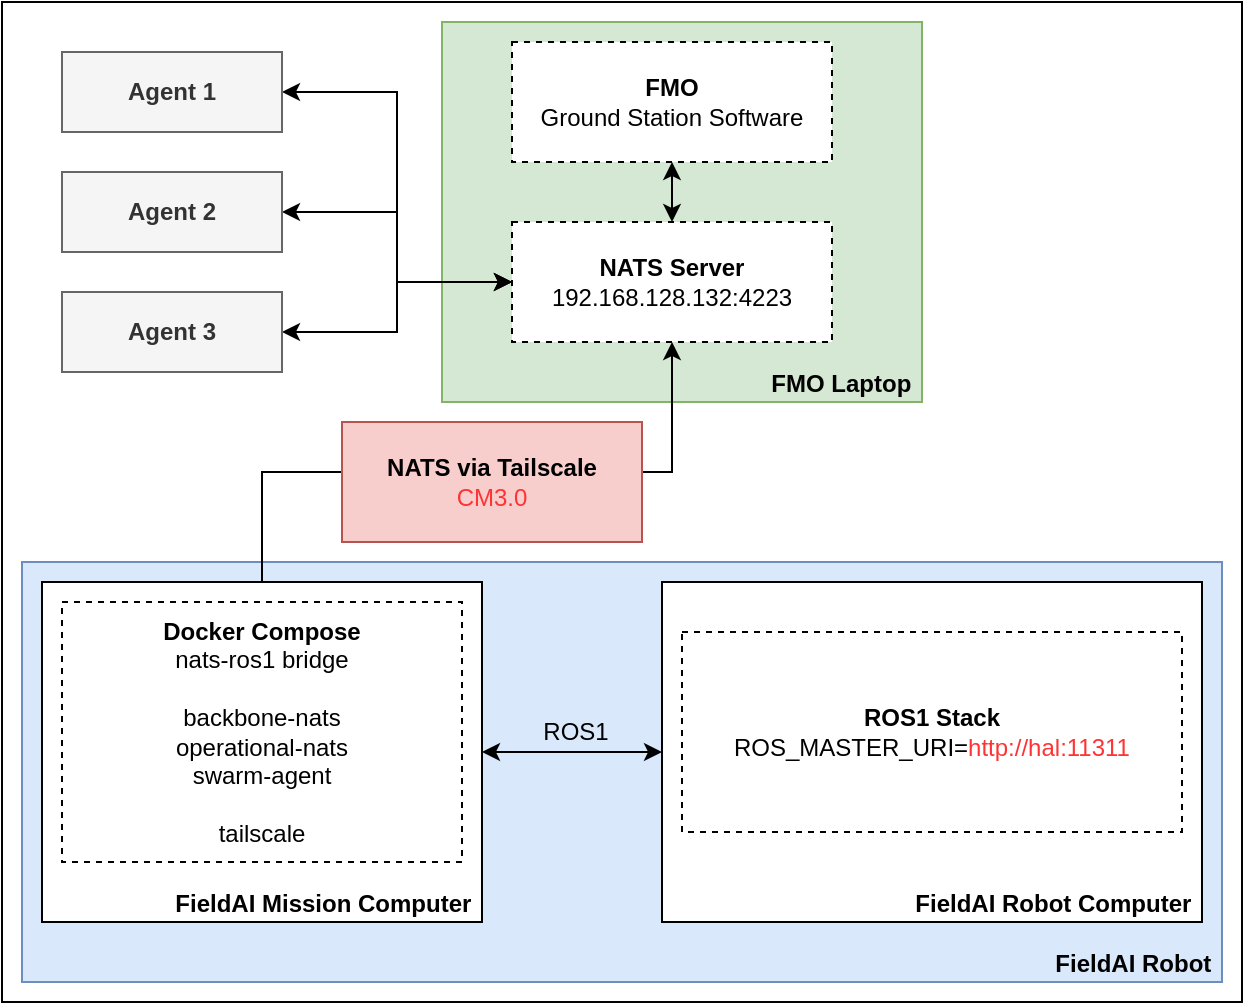
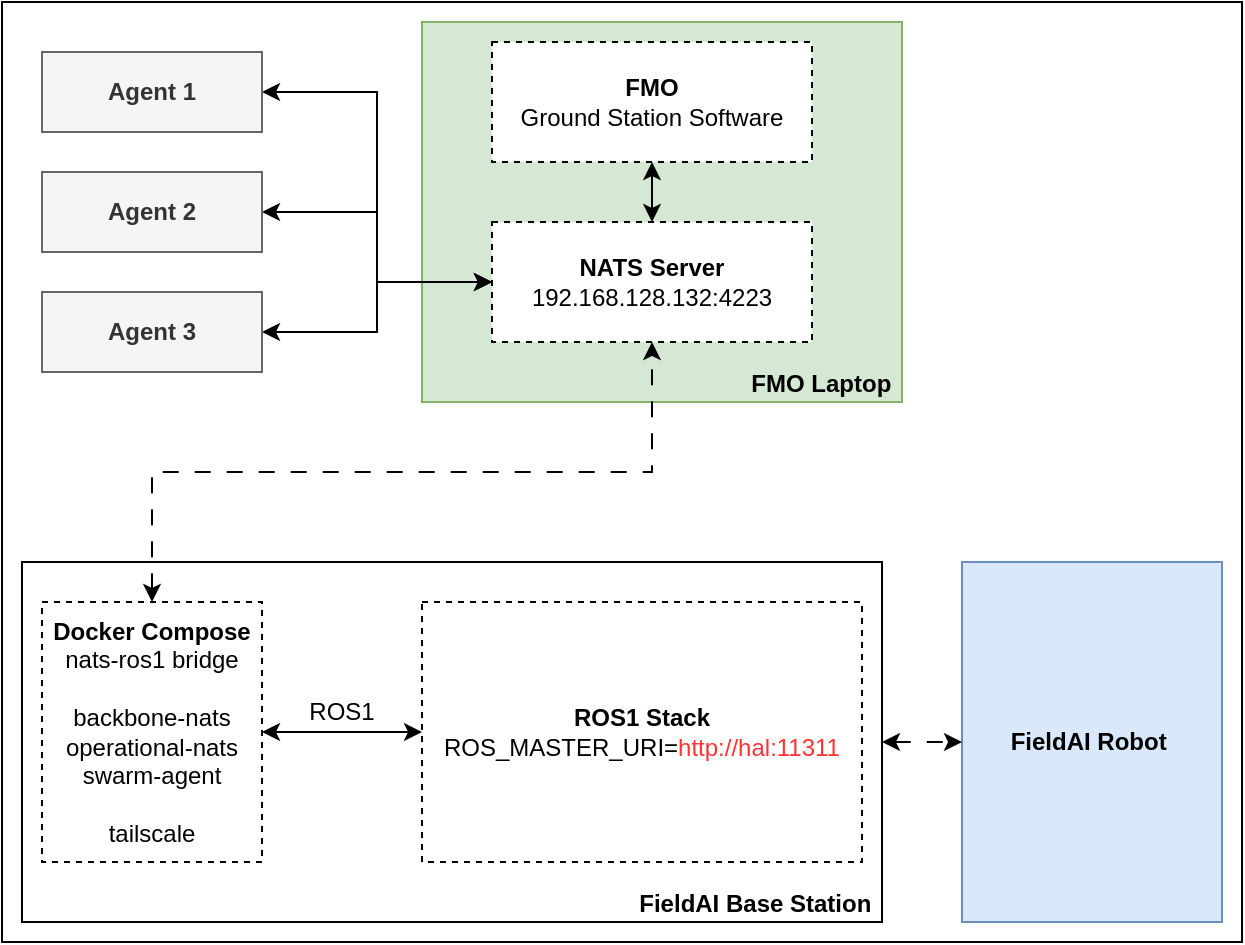
<mxfile host="Electron" agent="Mozilla/5.0 (X11; Linux x86_64) AppleWebKit/537.36 (KHTML, like Gecko) draw.io/28.2.5 Chrome/138.0.7204.251 Electron/37.6.1 Safari/537.36" version="28.2.5">
  <diagram name="Page-1" id="4LKxJmiHCzAgHi-25CAg">
-     <mxGraphModel dx="983" dy="596" grid="1" gridSize="10" guides="1" tooltips="1" connect="1" arrows="1" fold="1" page="1" pageScale="1" pageWidth="850" pageHeight="1100" math="0" shadow="0">
+     <mxGraphModel dx="1188" dy="720" grid="1" gridSize="10" guides="1" tooltips="1" connect="1" arrows="1" fold="1" page="1" pageScale="1" pageWidth="850" pageHeight="1100" math="0" shadow="0">
      <root>
        <mxCell id="0" />
        <mxCell id="1" parent="0" />
        <mxCell id="ao4_OA2Sh6UKhkAWIHi6-6" value="" style="rounded=0;whiteSpace=wrap;html=1;" parent="1" vertex="1">
-           <mxGeometry x="140" y="260" width="620" height="500" as="geometry" />
+           <mxGeometry x="150" y="260" width="620" height="470" as="geometry" />
        </mxCell>
        <mxCell id="NqXXLPDWZZw7BoWwIbQB-7" value="&lt;b&gt;FMO Laptop&amp;nbsp;&lt;/b&gt;" style="rounded=0;whiteSpace=wrap;html=1;align=right;verticalAlign=bottom;fillColor=#d5e8d4;strokeColor=#82b366;" parent="1" vertex="1">
          <mxGeometry x="360" y="270" width="240" height="190" as="geometry" />
        </mxCell>
-         <mxCell id="NqXXLPDWZZw7BoWwIbQB-6" value="&lt;b&gt;FieldAI Robot&amp;nbsp;&lt;/b&gt;" style="rounded=0;whiteSpace=wrap;html=1;align=right;verticalAlign=bottom;fillColor=#dae8fc;strokeColor=#6c8ebf;" parent="1" vertex="1">
-           <mxGeometry x="150" y="540" width="600" height="210" as="geometry" />
+         <mxCell id="NqXXLPDWZZw7BoWwIbQB-6" value="&lt;b&gt;FieldAI Robot&amp;nbsp;&lt;/b&gt;" style="rounded=0;whiteSpace=wrap;html=1;align=center;verticalAlign=middle;fillColor=#dae8fc;strokeColor=#6c8ebf;" parent="1" vertex="1">
+           <mxGeometry x="630" y="540" width="130" height="180" as="geometry" />
        </mxCell>
        <mxCell id="NqXXLPDWZZw7BoWwIbQB-2" value="&lt;b&gt;NATS Server&lt;/b&gt;&lt;div&gt;192.168.128.132:4223&lt;/div&gt;" style="rounded=0;whiteSpace=wrap;html=1;dashed=1;" parent="1" vertex="1">
          <mxGeometry x="395" y="370" width="160" height="60" as="geometry" />
-         </mxCell>
-         <mxCell id="NqXXLPDWZZw7BoWwIbQB-9" style="edgeStyle=orthogonalEdgeStyle;rounded=0;orthogonalLoop=1;jettySize=auto;html=1;exitX=1;exitY=0.5;exitDx=0;exitDy=0;startArrow=classic;startFill=1;entryX=0;entryY=0.5;entryDx=0;entryDy=0;" parent="1" source="Mt-QOnj-M8pVkXTkuhvp-1" target="Mt-QOnj-M8pVkXTkuhvp-2" edge="1">
-           <mxGeometry relative="1" as="geometry" />
-         </mxCell>
-         <mxCell id="NqXXLPDWZZw7BoWwIbQB-10" style="edgeStyle=orthogonalEdgeStyle;rounded=0;orthogonalLoop=1;jettySize=auto;html=1;exitX=0.5;exitY=0;exitDx=0;exitDy=0;startArrow=classic;startFill=1;" parent="1" source="NqXXLPDWZZw7BoWwIbQB-3" target="NqXXLPDWZZw7BoWwIbQB-2" edge="1">
-           <mxGeometry relative="1" as="geometry" />
        </mxCell>
        <mxCell id="33FqFWJDVf2yEUuYl60e-10" style="edgeStyle=orthogonalEdgeStyle;rounded=0;orthogonalLoop=1;jettySize=auto;html=1;exitX=0.5;exitY=1;exitDx=0;exitDy=0;entryX=0.5;entryY=0;entryDx=0;entryDy=0;startArrow=classic;startFill=1;" parent="1" source="NqXXLPDWZZw7BoWwIbQB-8" target="NqXXLPDWZZw7BoWwIbQB-2" edge="1">
          <mxGeometry relative="1" as="geometry" />
        </mxCell>
        <mxCell id="NqXXLPDWZZw7BoWwIbQB-8" value="&lt;b&gt;FMO&lt;/b&gt;&lt;div&gt;Ground Station Software&lt;/div&gt;" style="rounded=0;whiteSpace=wrap;html=1;dashed=1;" parent="1" vertex="1">
          <mxGeometry x="395" y="280" width="160" height="60" as="geometry" />
-         </mxCell>
-         <mxCell id="33FqFWJDVf2yEUuYl60e-1" value="&lt;div&gt;&lt;b&gt;NATS via Tailscale&lt;/b&gt;&lt;/div&gt;&lt;div&gt;&lt;font style=&quot;color: rgb(255, 51, 51);&quot;&gt;CM3.0&lt;/font&gt;&lt;/div&gt;" style="rounded=0;whiteSpace=wrap;html=1;fillColor=#f8cecc;strokeColor=#b85450;" parent="1" vertex="1">
-           <mxGeometry x="310" y="470" width="150" height="60" as="geometry" />
        </mxCell>
        <mxCell id="33FqFWJDVf2yEUuYl60e-5" style="edgeStyle=orthogonalEdgeStyle;rounded=0;orthogonalLoop=1;jettySize=auto;html=1;exitX=1;exitY=0.5;exitDx=0;exitDy=0;entryX=0;entryY=0.5;entryDx=0;entryDy=0;startArrow=classic;startFill=1;" parent="1" source="33FqFWJDVf2yEUuYl60e-2" target="NqXXLPDWZZw7BoWwIbQB-2" edge="1">
          <mxGeometry relative="1" as="geometry" />
        </mxCell>
        <mxCell id="33FqFWJDVf2yEUuYl60e-2" value="&lt;b&gt;Agent 1&lt;/b&gt;" style="rounded=0;whiteSpace=wrap;html=1;align=center;verticalAlign=middle;fillColor=#f5f5f5;fontColor=#333333;strokeColor=#666666;" parent="1" vertex="1">
          <mxGeometry x="170" y="285" width="110" height="40" as="geometry" />
        </mxCell>
        <mxCell id="33FqFWJDVf2yEUuYl60e-6" style="edgeStyle=orthogonalEdgeStyle;rounded=0;orthogonalLoop=1;jettySize=auto;html=1;exitX=1;exitY=0.5;exitDx=0;exitDy=0;entryX=0;entryY=0.5;entryDx=0;entryDy=0;startArrow=classic;startFill=1;" parent="1" source="33FqFWJDVf2yEUuYl60e-3" target="NqXXLPDWZZw7BoWwIbQB-2" edge="1">
          <mxGeometry relative="1" as="geometry" />
        </mxCell>
        <mxCell id="33FqFWJDVf2yEUuYl60e-3" value="&lt;b&gt;Agent 2&lt;/b&gt;" style="rounded=0;whiteSpace=wrap;html=1;align=center;verticalAlign=middle;fillColor=#f5f5f5;fontColor=#333333;strokeColor=#666666;" parent="1" vertex="1">
          <mxGeometry x="170" y="345" width="110" height="40" as="geometry" />
        </mxCell>
        <mxCell id="33FqFWJDVf2yEUuYl60e-7" style="edgeStyle=orthogonalEdgeStyle;rounded=0;orthogonalLoop=1;jettySize=auto;html=1;exitX=1;exitY=0.5;exitDx=0;exitDy=0;entryX=0;entryY=0.5;entryDx=0;entryDy=0;startArrow=classic;startFill=1;" parent="1" source="33FqFWJDVf2yEUuYl60e-4" target="NqXXLPDWZZw7BoWwIbQB-2" edge="1">
          <mxGeometry relative="1" as="geometry" />
        </mxCell>
        <mxCell id="33FqFWJDVf2yEUuYl60e-4" value="&lt;b&gt;Agent 3&lt;/b&gt;" style="rounded=0;whiteSpace=wrap;html=1;align=center;verticalAlign=middle;fillColor=#f5f5f5;fontColor=#333333;strokeColor=#666666;" parent="1" vertex="1">
          <mxGeometry x="170" y="405" width="110" height="40" as="geometry" />
        </mxCell>
-         <mxCell id="33FqFWJDVf2yEUuYl60e-9" value="ROS1" style="text;html=1;align=center;verticalAlign=middle;whiteSpace=wrap;rounded=0;" parent="1" vertex="1">
-           <mxGeometry x="397" y="610" width="60" height="30" as="geometry" />
-         </mxCell>
-         <mxCell id="Mt-QOnj-M8pVkXTkuhvp-1" value="&lt;div&gt;&lt;b&gt;FieldAI Mission Computer&amp;nbsp;&lt;/b&gt;&lt;/div&gt;" style="rounded=0;whiteSpace=wrap;html=1;verticalAlign=bottom;align=right;" vertex="1" parent="1">
-           <mxGeometry x="160" y="550" width="220" height="170" as="geometry" />
+         <mxCell id="Mt-QOnj-M8pVkXTkuhvp-1" value="&lt;div&gt;&lt;b&gt;FieldAI Base Station&amp;nbsp;&lt;/b&gt;&lt;/div&gt;" style="rounded=0;whiteSpace=wrap;html=1;verticalAlign=bottom;align=right;" parent="1" vertex="1">
+           <mxGeometry x="160" y="540" width="430" height="180" as="geometry" />
        </mxCell>
        <mxCell id="NqXXLPDWZZw7BoWwIbQB-3" value="&lt;div&gt;&lt;b&gt;Docker Compose&lt;/b&gt;&lt;/div&gt;&lt;div&gt;nats-ros1 bridge&lt;/div&gt;&lt;div&gt;&lt;br&gt;&lt;/div&gt;&lt;div&gt;backbone-nats&lt;/div&gt;&lt;div&gt;operational-nats&lt;/div&gt;&lt;div&gt;swarm-agent&lt;/div&gt;&lt;div&gt;&lt;br&gt;&lt;/div&gt;&lt;div&gt;tailscale&lt;/div&gt;" style="rounded=0;whiteSpace=wrap;html=1;verticalAlign=middle;dashed=1;" parent="1" vertex="1">
-           <mxGeometry x="170" y="560" width="200" height="130" as="geometry" />
+           <mxGeometry x="170" y="560" width="110" height="130" as="geometry" />
        </mxCell>
-         <mxCell id="Mt-QOnj-M8pVkXTkuhvp-2" value="&lt;div&gt;&lt;b&gt;FieldAI Robot Computer&amp;nbsp;&lt;/b&gt;&lt;/div&gt;" style="rounded=0;whiteSpace=wrap;html=1;verticalAlign=bottom;align=right;" vertex="1" parent="1">
-           <mxGeometry x="470" y="550" width="270" height="170" as="geometry" />
+         <mxCell id="1vgdmPXWtOp6ZMq3ka-s-1" value="&lt;b&gt;ROS1 Stack&lt;/b&gt;&lt;br&gt;ROS_MASTER_URI=&lt;font style=&quot;color: rgb(255, 51, 51);&quot;&gt;http://hal:11311&lt;/font&gt;" style="rounded=0;whiteSpace=wrap;html=1;dashed=1;" vertex="1" parent="1">
+           <mxGeometry x="360" y="560" width="220" height="130" as="geometry" />
        </mxCell>
-         <mxCell id="NqXXLPDWZZw7BoWwIbQB-5" value="&lt;b&gt;ROS1 Stack&lt;/b&gt;&lt;br&gt;ROS_MASTER_URI=&lt;font style=&quot;color: rgb(255, 51, 51);&quot;&gt;http://hal:11311&lt;/font&gt;" style="rounded=0;whiteSpace=wrap;html=1;dashed=1;" parent="1" vertex="1">
-           <mxGeometry x="480" y="575" width="250" height="100" as="geometry" />
+         <mxCell id="33FqFWJDVf2yEUuYl60e-9" value="ROS1" style="text;html=1;align=center;verticalAlign=middle;whiteSpace=wrap;rounded=0;rotation=0;" parent="1" vertex="1">
+           <mxGeometry x="290" y="600" width="60" height="30" as="geometry" />
+         </mxCell>
+         <mxCell id="NqXXLPDWZZw7BoWwIbQB-9" style="edgeStyle=orthogonalEdgeStyle;rounded=0;orthogonalLoop=1;jettySize=auto;html=1;startArrow=classic;startFill=1;entryX=0;entryY=0.5;entryDx=0;entryDy=0;" parent="1" source="NqXXLPDWZZw7BoWwIbQB-3" target="1vgdmPXWtOp6ZMq3ka-s-1" edge="1">
+           <mxGeometry relative="1" as="geometry" />
+         </mxCell>
+         <mxCell id="NqXXLPDWZZw7BoWwIbQB-10" style="edgeStyle=orthogonalEdgeStyle;rounded=0;orthogonalLoop=1;jettySize=auto;html=1;exitX=0.5;exitY=0;exitDx=0;exitDy=0;startArrow=classic;startFill=1;dashed=1;dashPattern=8 8;" parent="1" source="NqXXLPDWZZw7BoWwIbQB-3" target="NqXXLPDWZZw7BoWwIbQB-2" edge="1">
+           <mxGeometry relative="1" as="geometry" />
+         </mxCell>
+         <mxCell id="1vgdmPXWtOp6ZMq3ka-s-3" style="edgeStyle=orthogonalEdgeStyle;rounded=0;orthogonalLoop=1;jettySize=auto;html=1;exitX=1;exitY=0.5;exitDx=0;exitDy=0;startArrow=classic;startFill=1;entryX=0;entryY=0.5;entryDx=0;entryDy=0;dashed=1;dashPattern=8 8;" edge="1" parent="1" source="Mt-QOnj-M8pVkXTkuhvp-1" target="NqXXLPDWZZw7BoWwIbQB-6">
+           <mxGeometry relative="1" as="geometry">
+             <mxPoint x="460" y="660" as="sourcePoint" />
+             <mxPoint x="710" y="530" as="targetPoint" />
+           </mxGeometry>
        </mxCell>
      </root>
    </mxGraphModel>
  </diagram>
</mxfile>
